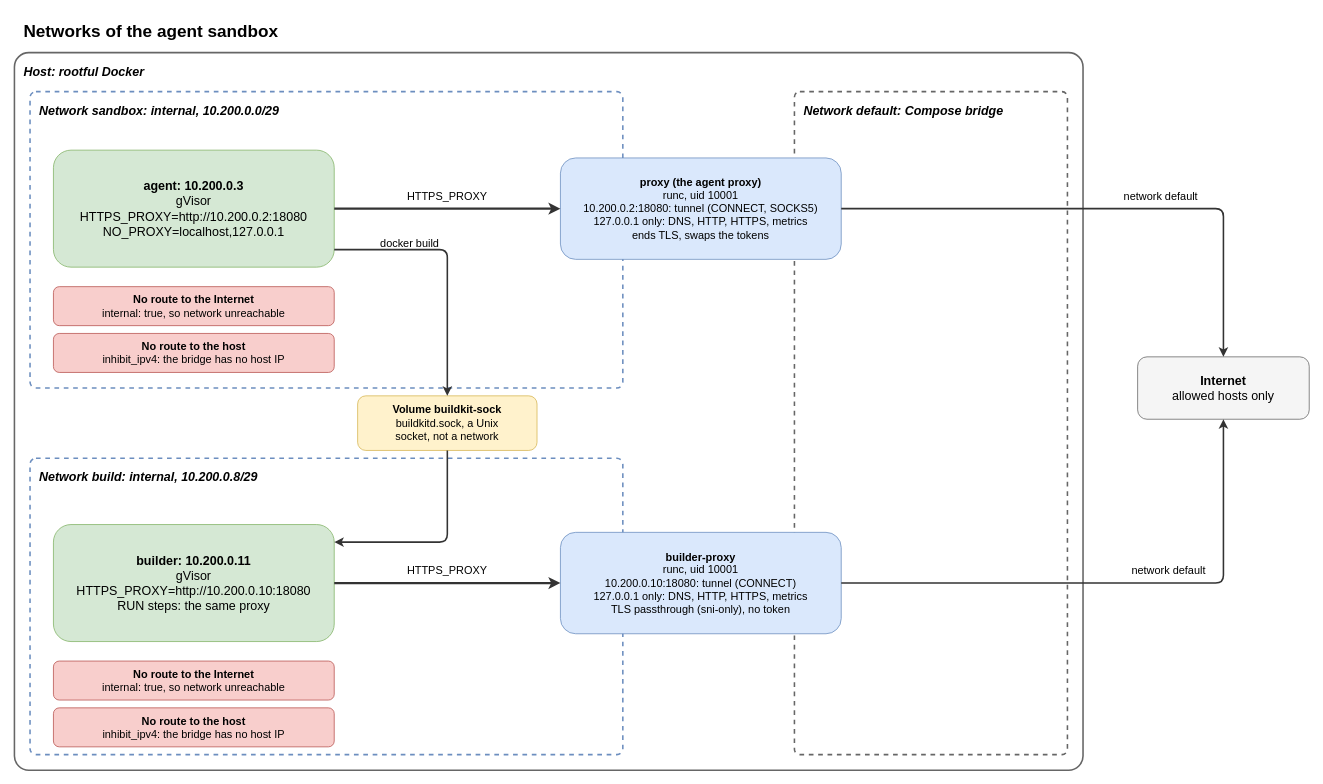
This is .devcontainer/docs/diagrams/network.drawio from raghav19/engineersdaybook, a draw.io file, before an edit. Source tidied: cells renumbered, new cells numbered last; positions are measured from the earlier drawing's top-left corner, leaving out a move shared by most shapes. Both pictures are drawn from the tidied source at 78%, with x=0, y=0 at pixel (14, 13).
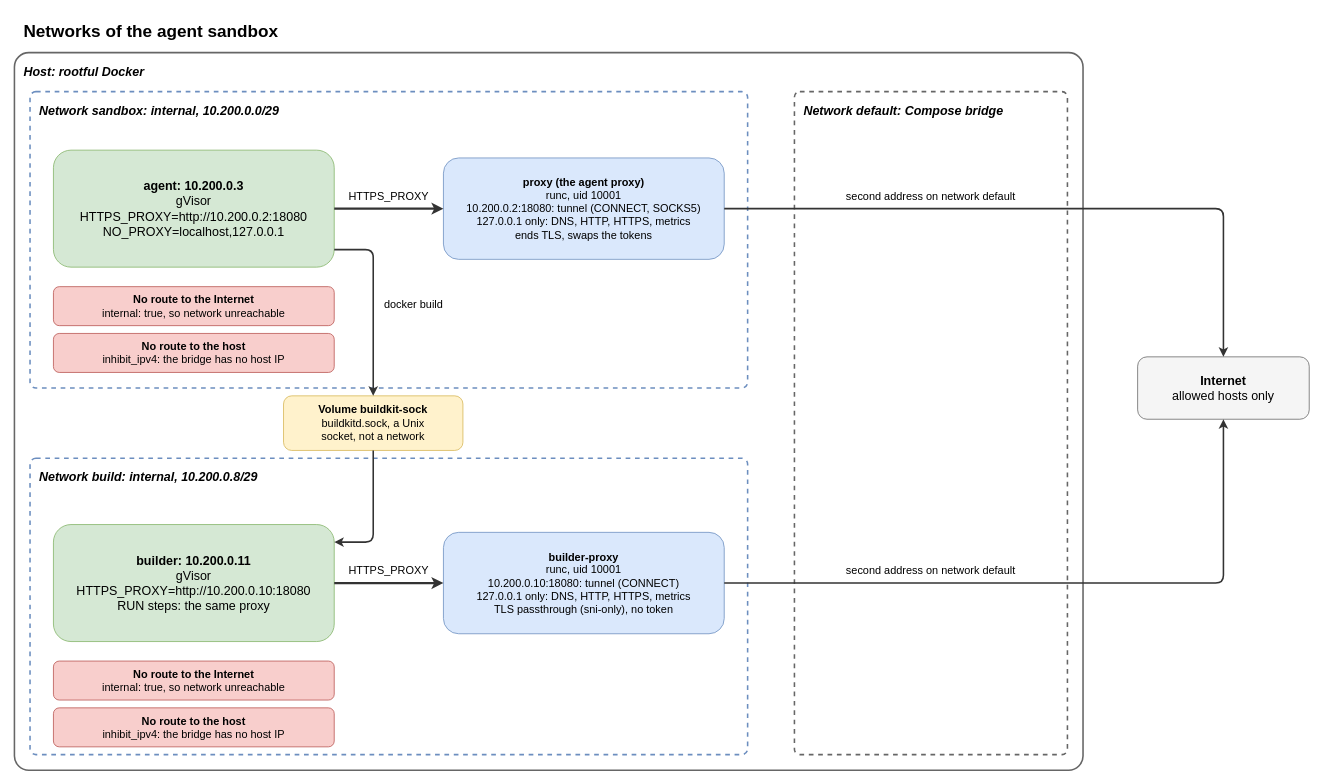
The same page after the edit.

Commit message (it also covers changes not shown here):
docs: each proxy inside its own subnet in the network diagram

The change refers to these unchanged cells:
```xml
<mxCell id="7" value="&lt;b&gt;agent: 10.200.0.3&lt;/b&gt;&lt;br&gt;gVisor&lt;br&gt;HTTPS_PROXY=http://10.200.0.2:18080&lt;br&gt;NO_PROXY=localhost,127.0.0.1" style="rounded=1;whiteSpace=wrap;html=1;fontSize=16;fillColor=#d5e8d4;strokeColor=#82b366;" parent="1" vertex="1">
  <mxGeometry x="50" y="175" width="360" height="150" as="geometry" />
</mxCell>
<mxCell id="16" value="&lt;b&gt;Internet&lt;/b&gt;&lt;br&gt;allowed hosts only" style="rounded=1;whiteSpace=wrap;html=1;fontSize=16;fillColor=#f5f5f5;strokeColor=#666666;" parent="1" vertex="1">
  <mxGeometry x="1440" y="440" width="220" height="80" as="geometry" />
</mxCell>
```

Diff of the diagram source:
```diff
@@
     <mxCell id="4" value="Network sandbox: internal, 10.200.0.0/29" style="rounded=1;arcSize=2;whiteSpace=wrap;html=0;fontSize=16;fillColor=none;strokeColor=#6c8ebf;strokeWidth=2;align=left;spacingLeft=10;fontStyle=3;verticalAlign=top;spacingTop=8;dashed=1;" parent="1" vertex="1">
-      <mxGeometry x="20" y="100" width="760" height="380" as="geometry" />
+      <mxGeometry x="20" y="100" width="920" height="380" as="geometry" />
     </mxCell>
     <mxCell id="5" value="Network build: internal, 10.200.0.8/29" style="rounded=1;arcSize=2;whiteSpace=wrap;html=0;fontSize=16;fillColor=none;strokeColor=#6c8ebf;strokeWidth=2;align=left;spacingLeft=10;fontStyle=3;verticalAlign=top;spacingTop=8;dashed=1;" parent="1" vertex="1">
-      <mxGeometry x="20" y="570" width="760" height="380" as="geometry" />
+      <mxGeometry x="20" y="570" width="920" height="380" as="geometry" />
     </mxCell>
@@
     <mxCell id="10" value="&lt;b&gt;proxy (the agent proxy)&lt;/b&gt;&lt;br&gt;runc, uid 10001&lt;br&gt;10.200.0.2:18080: tunnel (CONNECT, SOCKS5)&lt;br&gt;127.0.0.1 only: DNS, HTTP, HTTPS, metrics&lt;br&gt;ends TLS, swaps the tokens" style="rounded=1;whiteSpace=wrap;html=1;fontSize=14;fillColor=#dae8fc;strokeColor=#6c8ebf;" parent="1" vertex="1">
-      <mxGeometry x="700" y="185" width="360" height="130" as="geometry" />
+      <mxGeometry x="550" y="185" width="360" height="130" as="geometry" />
     </mxCell>
     <mxCell id="11" value="&lt;b&gt;Volume buildkit-sock&lt;/b&gt;&lt;br&gt;buildkitd.sock, a Unix&lt;br&gt;socket, not a network" style="rounded=1;whiteSpace=wrap;html=1;fontSize=14;fillColor=#fff2cc;strokeColor=#d6b656;" parent="1" vertex="1">
-      <mxGeometry x="440" y="490" width="230" height="70" as="geometry" />
+      <mxGeometry x="345" y="490" width="230" height="70" as="geometry" />
     </mxCell>
@@
     <mxCell id="15" value="&lt;b&gt;builder-proxy&lt;/b&gt;&lt;br&gt;runc, uid 10001&lt;br&gt;10.200.0.10:18080: tunnel (CONNECT)&lt;br&gt;127.0.0.1 only: DNS, HTTP, HTTPS, metrics&lt;br&gt;TLS passthrough (sni-only), no token" style="rounded=1;whiteSpace=wrap;html=1;fontSize=14;fillColor=#dae8fc;strokeColor=#6c8ebf;" parent="1" vertex="1">
-      <mxGeometry x="700" y="665" width="360" height="130" as="geometry" />
+      <mxGeometry x="550" y="665" width="360" height="130" as="geometry" />
     </mxCell>
@@
     <mxCell id="19" value="docker build" style="edgeStyle=orthogonalEdgeStyle;rounded=1;curved=0;html=0;labelBackgroundColor=none;fontSize=14;strokeWidth=2;strokeColor=#333333;exitX=1;exitY=0.85;exitDx=0;exitDy=0;entryX=0.5;entryY=0;entryDx=0;entryDy=0;" parent="1" edge="1" source="7" target="11">
       <mxGeometry relative="1" as="geometry">
-        <mxPoint x="-48" y="-30" as="offset" />
+        <mxPoint x="52" as="offset" />
       </mxGeometry>
     </mxCell>
@@
-    <mxCell id="21" value="network default" style="edgeStyle=orthogonalEdgeStyle;rounded=1;curved=0;html=0;labelBackgroundColor=none;fontSize=14;strokeWidth=2;strokeColor=#333333;exitX=1;exitY=0.5;exitDx=0;exitDy=0;entryX=0.5;entryY=0;entryDx=0;entryDy=0;" parent="1" edge="1" source="10" target="16">
+    <mxCell id="21" value="second address on network default" style="edgeStyle=orthogonalEdgeStyle;rounded=1;curved=0;html=0;labelBackgroundColor=none;fontSize=14;strokeWidth=2;strokeColor=#333333;exitX=1;exitY=0.5;exitDx=0;exitDy=0;entryX=0.5;entryY=0;entryDx=0;entryDy=0;" parent="1" edge="1" source="10" target="16">
       <mxGeometry relative="1" as="geometry">
-        <mxPoint x="70" y="-16.5" as="offset" />
+        <mxPoint x="-150" y="-16.5" as="offset" />
       </mxGeometry>
     </mxCell>
-    <mxCell id="22" value="network default" style="edgeStyle=orthogonalEdgeStyle;rounded=1;curved=0;html=0;labelBackgroundColor=none;fontSize=14;strokeWidth=2;strokeColor=#333333;exitX=1;exitY=0.5;exitDx=0;exitDy=0;entryX=0.5;entryY=1;entryDx=0;entryDy=0;" parent="1" edge="1" source="15" target="16">
+    <mxCell id="22" value="second address on network default" style="edgeStyle=orthogonalEdgeStyle;rounded=1;curved=0;html=0;labelBackgroundColor=none;fontSize=14;strokeWidth=2;strokeColor=#333333;exitX=1;exitY=0.5;exitDx=0;exitDy=0;entryX=0.5;entryY=1;entryDx=0;entryDy=0;" parent="1" edge="1" source="15" target="16">
       <mxGeometry relative="1" as="geometry">
-        <mxPoint x="70" y="-16.5" as="offset" />
+        <mxPoint x="-160" y="-16.5" as="offset" />
       </mxGeometry>
     </mxCell>
```
